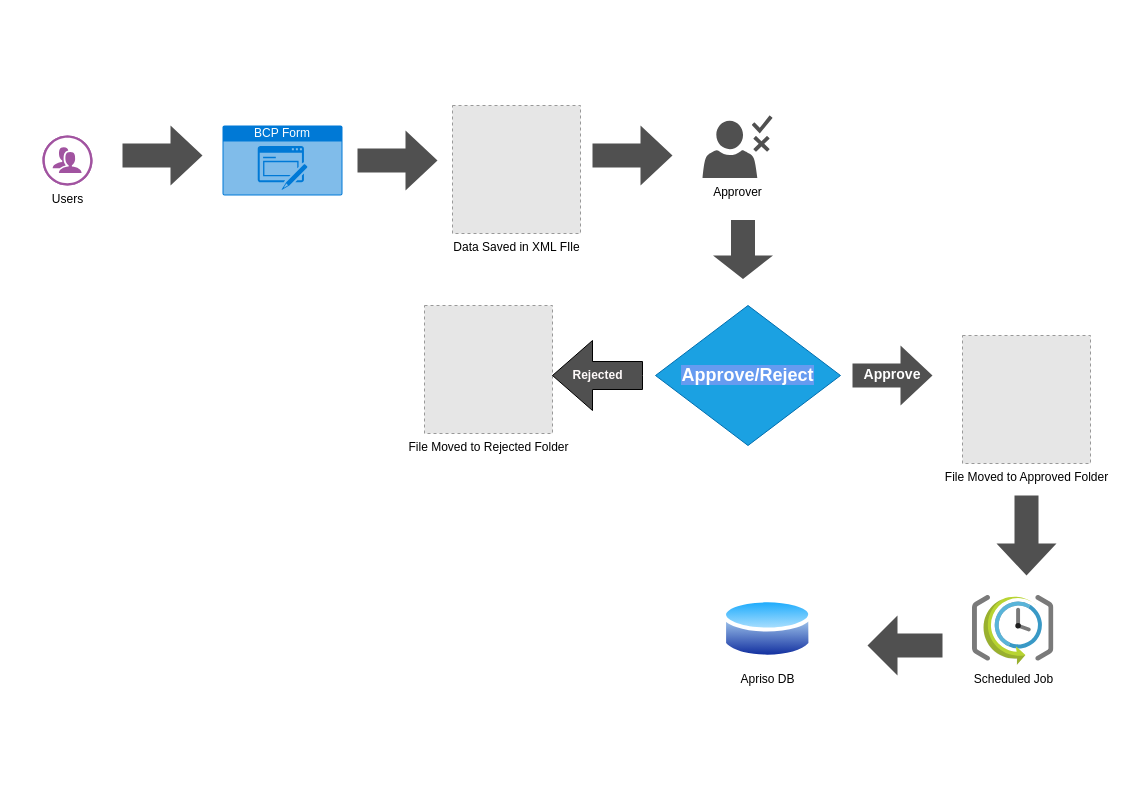
chulbuljha/QHas keeps this draw.io diagram as page "Page-1" (1 of 2) of Untitled Diagram.drawio. Above is the earlier version. Source tidied: cells renumbered, new cells numbered last; positions are measured from the earlier drawing's top-left corner, leaving out a move shared by most shapes. Both pictures are drawn from the tidied source at 100%, with x=0, y=0 at pixel (42, 105). Pictures stored in the file or linked from it are replaced by grey dashed boxes.
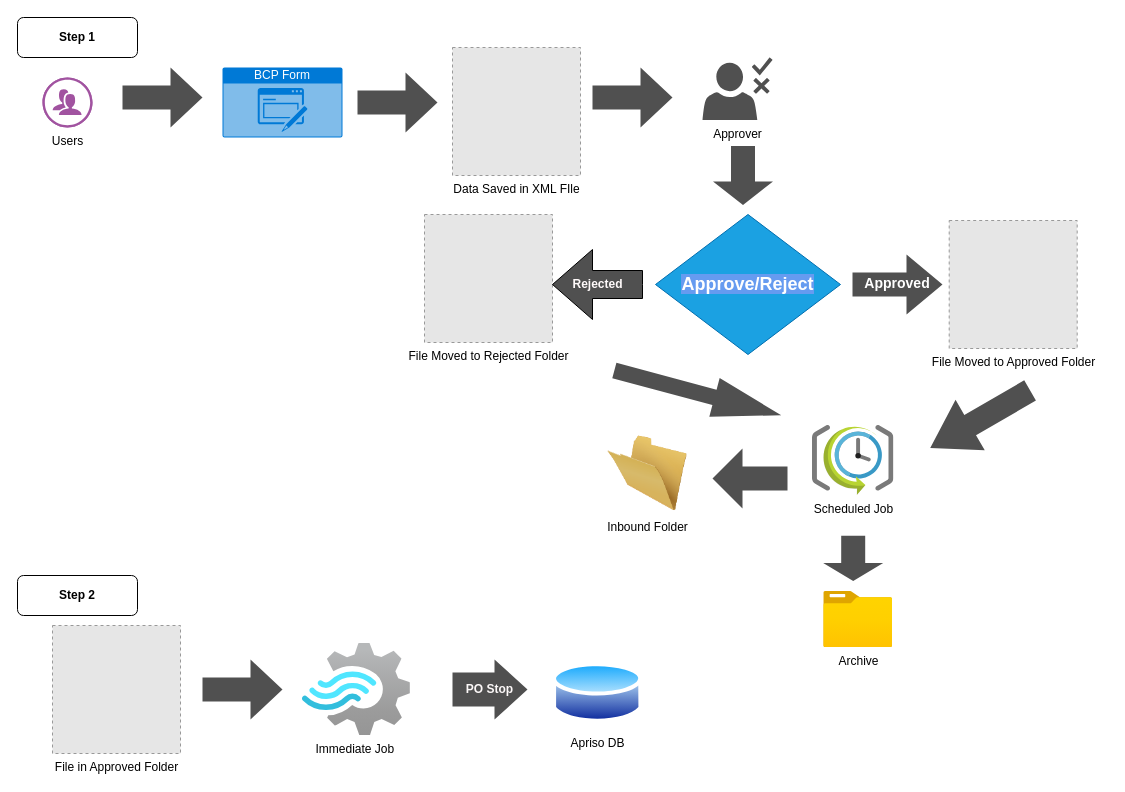
After the change.

The edit, as a diff of the source:
```diff
@@
     <mxCell id="2" value="Users" style="verticalLabelPosition=bottom;sketch=0;html=1;fillColor=#A153A0;strokeColor=#ffffff;verticalAlign=top;align=center;shape=mxgraph.cisco_safe.compositeIcon;bgIcon=ellipse;resIcon=mxgraph.cisco_safe.design.users;" parent="1" vertex="1">
-      <mxGeometry y="30" width="50" height="50" as="geometry" />
+      <mxGeometry y="-28" width="50" height="50" as="geometry" />
     </mxCell>
     <mxCell id="3" value="BCP Form" style="html=1;whiteSpace=wrap;strokeColor=none;fillColor=#0079D6;labelPosition=center;verticalLabelPosition=middle;verticalAlign=top;align=center;fontSize=12;spacingTop=-6;fontColor=#FFFFFF;sketch=0;shape=mxgraph.sitemap.form;" parent="1" vertex="1">
-      <mxGeometry x="180" y="20" width="120" height="70" as="geometry" />
+      <mxGeometry x="180" y="-38" width="120" height="70" as="geometry" />
     </mxCell>
     <mxCell id="4" value="Approver" style="sketch=0;shadow=0;dashed=0;html=1;strokeColor=none;fillColor=#505050;labelPosition=center;verticalLabelPosition=bottom;verticalAlign=top;align=center;shape=mxgraph.office.users.approver;" parent="1" vertex="1">
-      <mxGeometry x="660" y="10" width="70" height="62.5" as="geometry" />
+      <mxGeometry x="660" y="-48" width="70" height="62.5" as="geometry" />
     </mxCell>
-    <mxCell id="5" style="shape=singleArrow;whiteSpace=wrap;html=1;arrowWidth=0.4;arrowSize=0.4;verticalAlign=top;fillColor=#505050;strokeColor=none;sketch=0;shadow=0;dashed=0;rotation=90;" parent="1" vertex="1">
-      <mxGeometry x="671" y="114" width="59" height="60" as="geometry" />
-    </mxCell>
     <mxCell id="6" style="shape=singleArrow;whiteSpace=wrap;html=1;arrowWidth=0.4;arrowSize=0.4;verticalAlign=top;fillColor=#505050;strokeColor=none;sketch=0;shadow=0;dashed=0;" parent="1" vertex="1">
-      <mxGeometry x="315" y="25" width="80" height="60" as="geometry" />
+      <mxGeometry x="315" y="-33" width="80" height="60" as="geometry" />
     </mxCell>
     <mxCell id="7" style="shape=singleArrow;whiteSpace=wrap;html=1;arrowWidth=0.4;arrowSize=0.4;verticalAlign=top;fillColor=#505050;strokeColor=none;sketch=0;shadow=0;dashed=0;" parent="1" vertex="1">
-      <mxGeometry x="80" y="20" width="80" height="60" as="geometry" />
+      <mxGeometry x="80" y="-38" width="80" height="60" as="geometry" />
     </mxCell>
-    <mxCell id="8" value="&lt;h3&gt;&lt;font style=&quot;color: rgb(255, 255, 255);&quot;&gt;Approve&lt;/font&gt;&lt;/h3&gt;" style="shape=singleArrow;whiteSpace=wrap;html=1;arrowWidth=0.4;arrowSize=0.4;verticalAlign=top;fillColor=#505050;strokeColor=none;sketch=0;shadow=0;dashed=0;" parent="1" vertex="1">
-      <mxGeometry x="810" y="240" width="80" height="60" as="geometry" />
+    <mxCell id="8" value="&lt;h3&gt;&lt;font style=&quot;color: rgb(255, 255, 255);&quot;&gt;Approved&lt;/font&gt;&lt;/h3&gt;" style="shape=singleArrow;whiteSpace=wrap;html=1;arrowWidth=0.4;arrowSize=0.4;verticalAlign=top;fillColor=#505050;strokeColor=none;sketch=0;shadow=0;dashed=0;" parent="1" vertex="1">
+      <mxGeometry x="810" y="149" width="90" height="60" as="geometry" />
     </mxCell>
     <mxCell id="9" value="Scheduled Job" style="image;sketch=0;html=1;align=center;fontSize=12;image=img/lib/mscae/SchedulerJobCollection.svg;" parent="1" vertex="1">
-      <mxGeometry x="930" y="490" width="81.4" height="70" as="geometry" />
+      <mxGeometry x="770" y="320" width="81.4" height="70" as="geometry" />
     </mxCell>
-    <mxCell id="10" style="shape=singleArrow;whiteSpace=wrap;html=1;arrowWidth=0.4;arrowSize=0.4;verticalAlign=top;fillColor=#505050;strokeColor=none;sketch=0;shadow=0;dashed=0;rotation=90;" parent="1" vertex="1">
-      <mxGeometry x="944" y="400" width="80" height="60" as="geometry" />
+    <mxCell id="10" style="shape=singleArrow;whiteSpace=wrap;html=1;arrowWidth=0.4;arrowSize=0.4;verticalAlign=top;fillColor=#505050;strokeColor=none;sketch=0;shadow=0;dashed=0;rotation=-210;" parent="1" vertex="1">
+      <mxGeometry x="880" y="284.6" width="115.3" height="58.4" as="geometry" />
     </mxCell>
-    <mxCell id="11" value="Apriso DB" style="image;perimeter=ellipsePerimeter;html=1;align=center;shadow=0;dashed=0;spacingTop=3;image=img/lib/active_directory/database.svg;" parent="1" vertex="1">
-      <mxGeometry x="680" y="490" width="90.5" height="67" as="geometry" />
-    </mxCell>
     <mxCell id="12" value="Data Saved in XML FIle" style="fillColor=#E6E6E6;strokeColor=#999999;dashed=1;html=1;verticalAlign=top;verticalLabelPosition=bottom;labelBackgroundColor=#ffffff;" parent="1" vertex="1">
-      <mxGeometry x="410" width="128" height="128" as="geometry" />
+      <mxGeometry x="410" y="-58" width="128" height="128" as="geometry" />
     </mxCell>
     <mxCell id="13" style="shape=singleArrow;whiteSpace=wrap;html=1;arrowWidth=0.4;arrowSize=0.4;verticalAlign=top;fillColor=#505050;strokeColor=none;sketch=0;shadow=0;dashed=0;" parent="1" vertex="1">
-      <mxGeometry x="550" y="20" width="80" height="60" as="geometry" />
+      <mxGeometry x="550" y="-38" width="80" height="60" as="geometry" />
     </mxCell>
     <mxCell id="14" value="File Moved to Approved Folder" style="fillColor=#E6E6E6;strokeColor=#999999;dashed=1;html=1;verticalAlign=top;verticalLabelPosition=bottom;labelBackgroundColor=#ffffff;" parent="1" vertex="1">
-      <mxGeometry x="920" y="230" width="128" height="128" as="geometry" />
+      <mxGeometry x="906.7" y="115" width="128" height="128" as="geometry" />
     </mxCell>
     <mxCell id="15" value="&lt;h2&gt;&lt;b style=&quot;background-color: light-dark(rgb(102, 155, 240), rgb(255, 255, 255));&quot;&gt;Approve/Reject&lt;/b&gt;&lt;/h2&gt;" style="rhombus;whiteSpace=wrap;html=1;fillColor=#1ba1e2;fontColor=#ffffff;strokeColor=#006EAF;" parent="1" vertex="1">
-      <mxGeometry x="613" y="200" width="185" height="140" as="geometry" />
+      <mxGeometry x="613" y="109" width="185" height="140" as="geometry" />
     </mxCell>
     <mxCell id="16" value="File Moved to Rejected Folder" style="fillColor=#E6E6E6;strokeColor=#999999;dashed=1;html=1;verticalAlign=top;verticalLabelPosition=bottom;labelBackgroundColor=#ffffff;" parent="1" vertex="1">
-      <mxGeometry x="382" y="200" width="128" height="128" as="geometry" />
+      <mxGeometry x="382" y="109" width="128" height="128" as="geometry" />
     </mxCell>
     <mxCell id="17" style="shape=singleArrow;whiteSpace=wrap;html=1;arrowWidth=0.4;arrowSize=0.4;verticalAlign=top;fillColor=#505050;strokeColor=none;sketch=0;shadow=0;dashed=0;rotation=-180;" parent="1" vertex="1">
-      <mxGeometry x="825" y="510" width="75" height="60" as="geometry" />
+      <mxGeometry x="670" y="343" width="75" height="60" as="geometry" />
     </mxCell>
     <mxCell id="18" value="&lt;font style=&quot;color: light-dark(rgb(255, 250, 250), rgb(237, 237, 237));&quot;&gt;Rejected&lt;/font&gt;" style="html=1;shadow=0;dashed=0;align=center;verticalAlign=middle;shape=mxgraph.arrows2.arrow;dy=0.6;dx=40;flipH=1;notch=0;fillColor=#505050;fontStyle=1;" parent="1" vertex="1">
-      <mxGeometry x="510" y="235" width="90" height="70" as="geometry" />
+      <mxGeometry x="510" y="144" width="90" height="70" as="geometry" />
     </mxCell>
+    <mxCell id="19" style="shape=singleArrow;whiteSpace=wrap;html=1;arrowWidth=0.4;arrowSize=0.4;verticalAlign=top;fillColor=#505050;strokeColor=none;sketch=0;shadow=0;dashed=0;rotation=90;" parent="1" vertex="1">
+      <mxGeometry x="788.1" y="422.9" width="45.2" height="60" as="geometry" />
+    </mxCell>
+    <mxCell id="20" style="shape=singleArrow;whiteSpace=wrap;html=1;arrowWidth=0.4;arrowSize=0.4;verticalAlign=top;fillColor=#505050;strokeColor=none;sketch=0;shadow=0;dashed=0;" parent="1" vertex="1">
+      <mxGeometry x="160" y="554" width="80" height="60" as="geometry" />
+    </mxCell>
+    <mxCell id="11" value="Apriso DB" style="image;perimeter=ellipsePerimeter;html=1;align=center;shadow=0;dashed=0;spacingTop=3;image=img/lib/active_directory/database.svg;" parent="1" vertex="1">
+      <mxGeometry x="510" y="554" width="90.5" height="67" as="geometry" />
+    </mxCell>
+    <mxCell id="21" value="&lt;b&gt;&lt;font style=&quot;color: light-dark(rgb(252, 248, 248), rgb(237, 237, 237));&quot;&gt;PO Stop&lt;/font&gt;&lt;/b&gt;" style="shape=singleArrow;whiteSpace=wrap;html=1;arrowWidth=0.5666666666666667;arrowSize=0.44;verticalAlign=middle;fillColor=#505050;strokeColor=none;sketch=0;shadow=0;dashed=0;rotation=0;" parent="1" vertex="1">
+      <mxGeometry x="410" y="554" width="75" height="60" as="geometry" />
+    </mxCell>
+    <mxCell id="22" value="&lt;b&gt;Step 2&lt;/b&gt;" style="rounded=1;whiteSpace=wrap;html=1;" parent="1" vertex="1">
+      <mxGeometry x="-25" y="470" width="120" height="40" as="geometry" />
+    </mxCell>
+    <mxCell id="23" value="File in Approved Folder" style="fillColor=#E6E6E6;strokeColor=#999999;dashed=1;html=1;verticalAlign=top;verticalLabelPosition=bottom;labelBackgroundColor=#ffffff;" parent="1" vertex="1">
+      <mxGeometry x="10" y="520" width="128" height="128" as="geometry" />
+    </mxCell>
+    <mxCell id="24" value="Immediate Job&amp;nbsp;" style="image;html=1;align=center;fontSize=12;image=img/lib/azure2/iot/Stream_Analytics_Jobs.svg;" parent="1" vertex="1">
+      <mxGeometry x="260" y="538" width="107.9" height="92" as="geometry" />
+    </mxCell>
+    <mxCell id="25" value="&lt;b&gt;Step 1&lt;/b&gt;" style="rounded=1;whiteSpace=wrap;html=1;" parent="1" vertex="1">
+      <mxGeometry x="-25" y="-88" width="120" height="40" as="geometry" />
+    </mxCell>
+    <mxCell id="26" value="Inbound Folder" style="image;html=1;image=img/lib/clip_art/general/Empty_Folder_128x128.png;" parent="1" vertex="1">
+      <mxGeometry x="565" y="328" width="80" height="80" as="geometry" />
+    </mxCell>
+    <mxCell id="27" value="Archive" style="image;html=1;align=center;fontSize=12;image=img/lib/azure2/general/Folder_Blank.svg;" parent="1" vertex="1">
+      <mxGeometry x="781.2" y="486" width="69" height="56" as="geometry" />
+    </mxCell>
+    <mxCell id="28" style="shape=singleArrow;whiteSpace=wrap;html=1;arrowWidth=0.4;arrowSize=0.4;verticalAlign=top;fillColor=#505050;strokeColor=none;sketch=0;shadow=0;dashed=0;rotation=90;" parent="1" vertex="1">
+      <mxGeometry x="671" y="40" width="59" height="60" as="geometry" />
+    </mxCell>
+    <mxCell id="29" style="shape=singleArrow;whiteSpace=wrap;html=1;arrowWidth=0.4;arrowSize=0.4;verticalAlign=top;fillColor=#505050;strokeColor=none;sketch=0;shadow=0;dashed=0;rotation=15;" parent="1" vertex="1">
+      <mxGeometry x="568.9" y="267.4" width="172.8" height="40" as="geometry" />
+    </mxCell>
```
